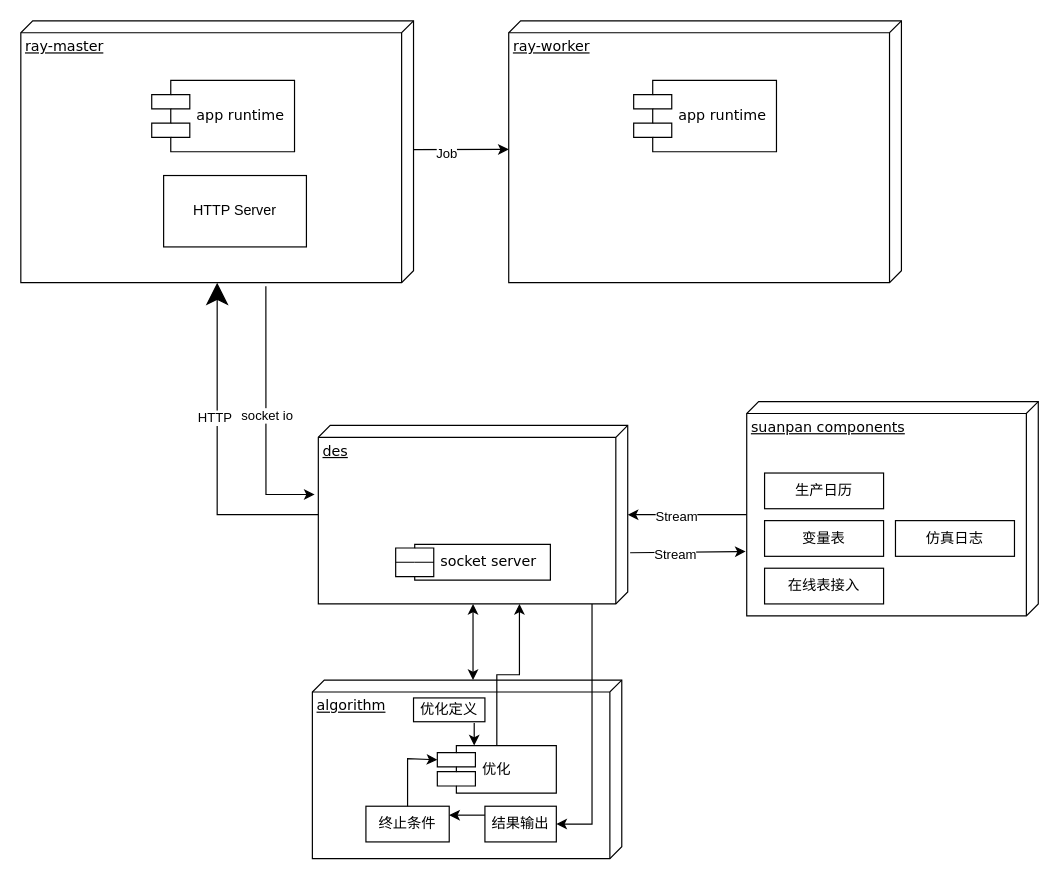
This is simulation/Untitled Diagram.drawio from yanqinghao/test-project, a draw.io file, before an edit. Source tidied: cells renumbered, new cells numbered last; positions are measured from the earlier drawing's top-left corner, leaving out a move shared by most shapes. Both pictures are drawn from the tidied source at 119%, with x=0, y=0 at pixel (20, 20).
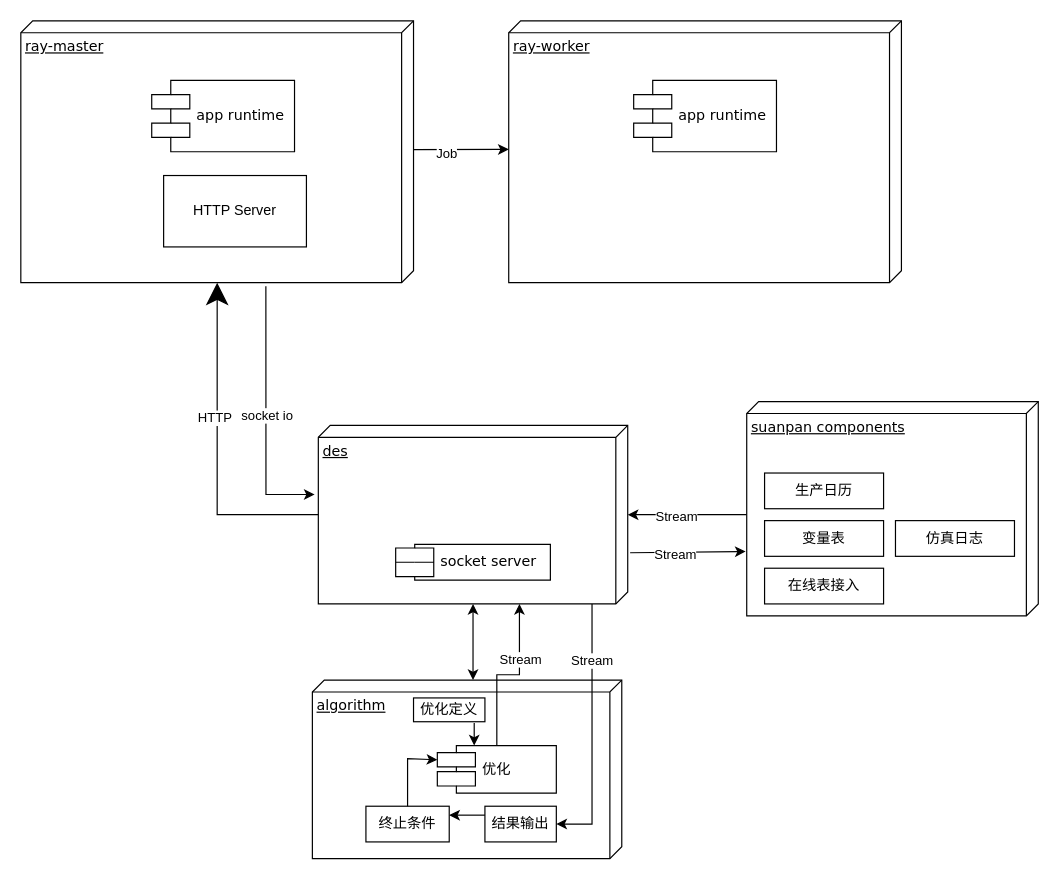
The same diagram, later.

Unchanged cells that the change refers to:
```xml
<mxCell id="14" style="edgeStyle=orthogonalEdgeStyle;rounded=0;jettySize=auto;html=1;exitX=0.5;exitY=0;exitDx=0;exitDy=0;entryX=1;entryY=0.35;entryDx=0;entryDy=0;entryPerimeter=0;startArrow=none;startFill=0;" parent="1" edge="1" source="15" target="5">
  <mxGeometry relative="1" as="geometry" />
</mxCell>
<mxCell id="21" style="endArrow=classic;html=1;rounded=0;entryX=1;entryY=0.5;entryDx=0;entryDy=0;" parent="1" edge="1" target="18">
  <mxGeometry relative="1" as="geometry">
    <mxPoint x="480" y="490" as="sourcePoint" />
    <Array as="points">
      <mxPoint x="480" y="490" />
      <mxPoint x="480" y="675" />
    </Array>
  </mxGeometry>
</mxCell>
```

Diff of the diagram source:
```diff
@@
+    <mxCell id="35" value="Stream" style="edgeLabel;html=1;align=center;verticalAlign=middle;" parent="14" vertex="1">
+      <mxGeometry x="0.33" relative="1" as="geometry" />
+    </mxCell>
@@
+    <mxCell id="36" value="Stream" style="edgeLabel;html=1;align=center;verticalAlign=middle;" parent="21" vertex="1">
+      <mxGeometry x="-0.56" y="-1" relative="1" as="geometry" />
+    </mxCell>
```
